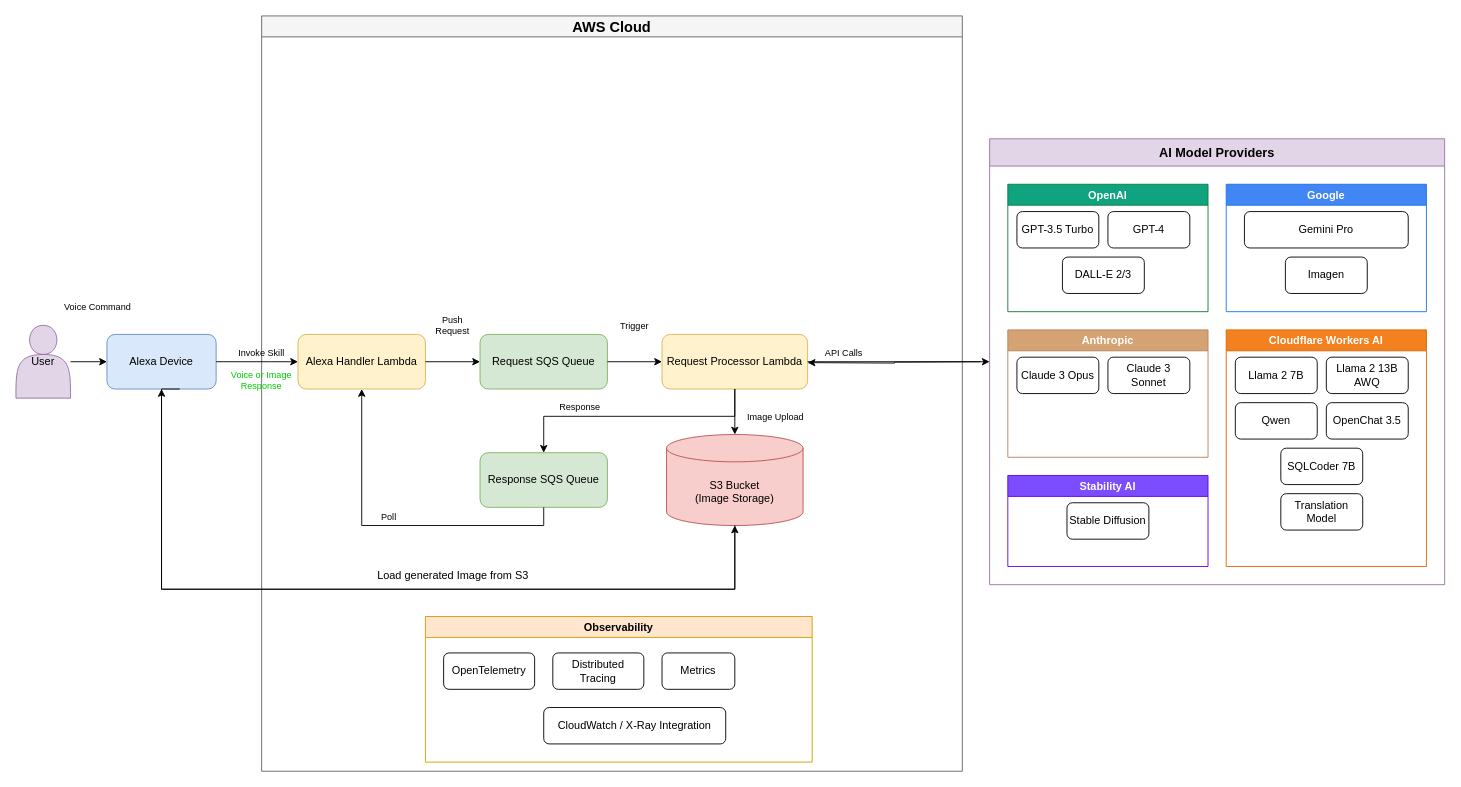
This is images/alexa-chatgpt-infra-v2.drawio from jackmcguire1/alexa-chatgpt, a draw.io file, before an edit. Source tidied: cells renumbered, new cells numbered last; positions are measured from the earlier drawing's top-left corner, leaving out a move shared by most shapes. Both pictures are drawn from the tidied source at 91%, with x=0, y=0 at pixel (15, 15).
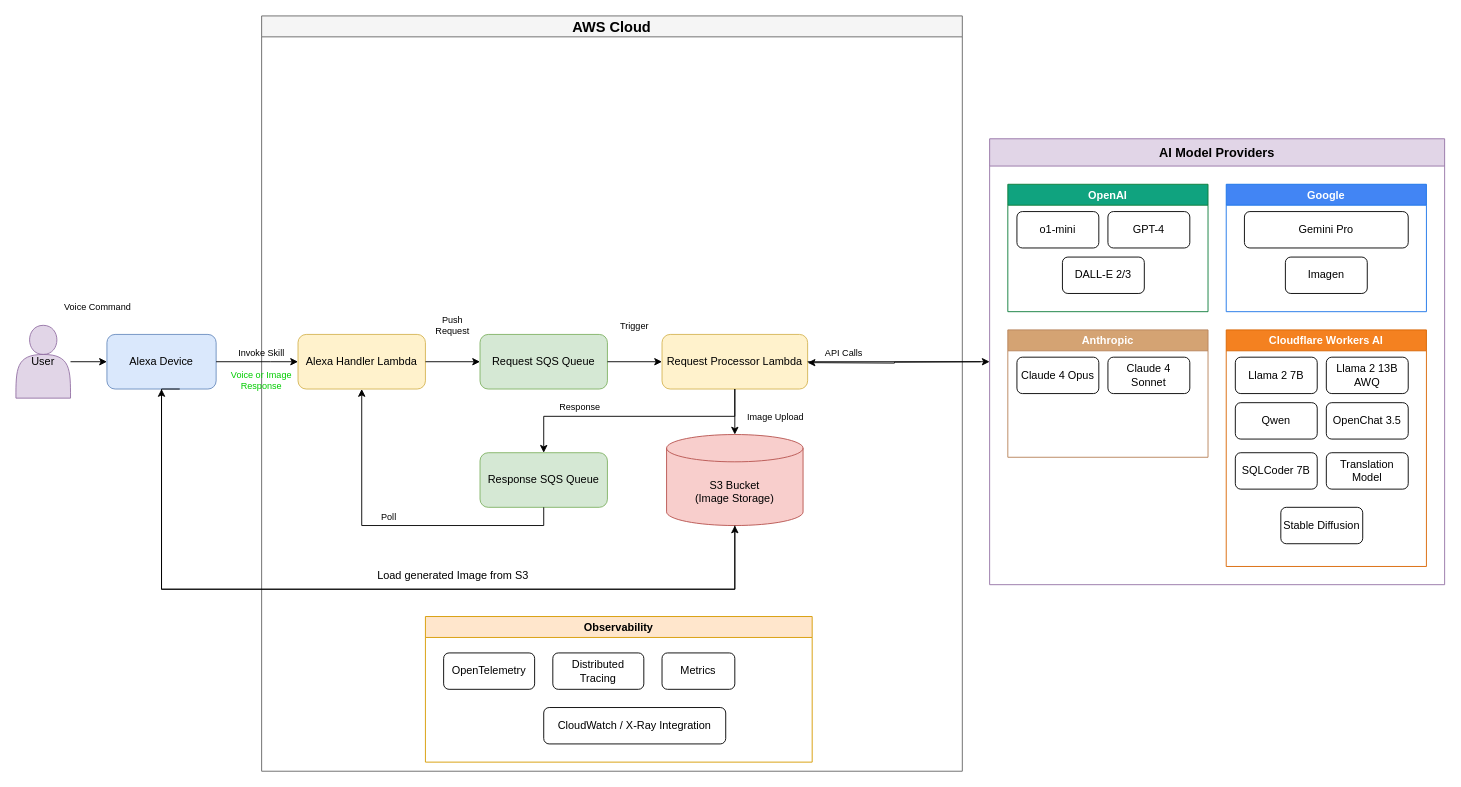
The same page after the edit.

The change refers to these unchanged cells:
```xml
<mxCell id="33" value="AI Model Providers" style="swimlane;fillColor=#e1d5e7;strokeColor=#9673a6;fontSize=14;fontStyle=1;startSize=30;" parent="1" vertex="1">
  <mxGeometry x="1070" y="135" width="500" height="490" as="geometry" />
</mxCell>
<mxCell id="34" value="OpenAI" style="swimlane;fillColor=#10a37f;fontColor=#ffffff;strokeColor=#0e7c3a;fontSize=12;fontStyle=1;" parent="33" vertex="1">
  <mxGeometry x="20" y="50" width="220" height="140" as="geometry" />
</mxCell>
<mxCell id="41" value="Anthropic" style="swimlane;fillColor=#d4a373;fontColor=#ffffff;strokeColor=#b8835a;fontSize=12;fontStyle=1;" parent="33" vertex="1">
  <mxGeometry x="20" y="210" width="220" height="140" as="geometry" />
</mxCell>
<mxCell id="44" value="Cloudflare Workers AI" style="swimlane;fillColor=#f48120;fontColor=#ffffff;strokeColor=#d96502;fontSize=12;fontStyle=1;" parent="33" vertex="1">
  <mxGeometry x="260" y="210" width="220" height="260" as="geometry" />
</mxCell>
```

Diff of the diagram source:
```diff
@@
-    <mxCell id="35" value="GPT-3.5 Turbo" style="rounded=1;whiteSpace=wrap;html=1;fillColor=#ffffff;fontColor=#000000;" parent="34" vertex="1">
+    <mxCell id="35" value="o1-mini" style="rounded=1;whiteSpace=wrap;html=1;fillColor=#ffffff;fontColor=#000000;" parent="34" vertex="1">
       <mxGeometry x="10" y="30" width="90" height="40" as="geometry" />
     </mxCell>
@@
-    <mxCell id="42" value="Claude 3 Opus" style="rounded=1;whiteSpace=wrap;html=1;fillColor=#ffffff;fontColor=#000000;" parent="41" vertex="1">
+    <mxCell id="42" value="Claude 4 Opus" style="rounded=1;whiteSpace=wrap;html=1;fillColor=#ffffff;fontColor=#000000;" parent="41" vertex="1">
       <mxGeometry x="10" y="30" width="90" height="40" as="geometry" />
     </mxCell>
-    <mxCell id="43" value="Claude 3 Sonnet" style="rounded=1;whiteSpace=wrap;html=1;fillColor=#ffffff;fontColor=#000000;" parent="41" vertex="1">
+    <mxCell id="43" value="Claude 4 Sonnet" style="rounded=1;whiteSpace=wrap;html=1;fillColor=#ffffff;fontColor=#000000;" parent="41" vertex="1">
       <mxGeometry x="110" y="30" width="90" height="40" as="geometry" />
     </mxCell>
@@
     <mxCell id="49" value="SQLCoder 7B" style="rounded=1;whiteSpace=wrap;html=1;fillColor=#ffffff;fontColor=#000000;" parent="44" vertex="1">
-      <mxGeometry x="60" y="130" width="90" height="40" as="geometry" />
+      <mxGeometry x="10" y="135" width="90" height="40" as="geometry" />
     </mxCell>
     <mxCell id="50" value="Translation Model" style="rounded=1;whiteSpace=wrap;html=1;fillColor=#ffffff;fontColor=#000000;" parent="44" vertex="1">
-      <mxGeometry x="60" y="180" width="90" height="40" as="geometry" />
+      <mxGeometry x="110" y="135" width="90" height="40" as="geometry" />
     </mxCell>
-    <mxCell id="51" value="Stability AI" style="swimlane;fillColor=#7c4dff;fontColor=#ffffff;strokeColor=#6200ea;fontSize=12;fontStyle=1;" parent="33" vertex="1">
-      <mxGeometry x="20" y="370" width="220" height="100" as="geometry" />
-    </mxCell>
-    <mxCell id="52" value="Stable Diffusion" style="rounded=1;whiteSpace=wrap;html=1;fillColor=#ffffff;fontColor=#000000;" parent="51" vertex="1">
-      <mxGeometry x="65" y="30" width="90" height="40" as="geometry" />
+    <mxCell id="52" value="Stable Diffusion" style="rounded=1;whiteSpace=wrap;html=1;fillColor=#ffffff;fontColor=#000000;" parent="44" vertex="1">
+      <mxGeometry x="60" y="195" width="90" height="40" as="geometry" />
     </mxCell>
```
